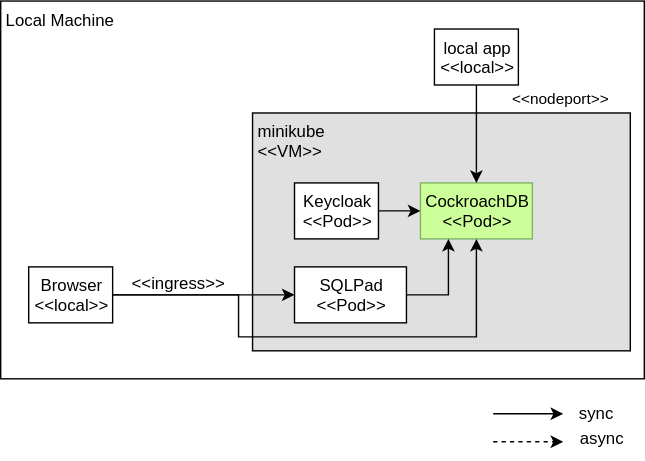
Before: doc/kubernetes/modules/ROOT/images/storage/minikube-runtime-view-cockroach.dio.svg, a diagram exported from draw.io (keycloak/keycloak-benchmark). Source tidied: cells renumbered, new cells last; positions are measured from the earlier drawing's top-left corner, leaving out a move shared by most shapes. Source of this version:
```xml
<mxGraphModel>
  <root>
    <mxCell id="0" />
    <mxCell id="1" parent="0" />
    <mxCell id="2" value="Local Machine" style="rounded=0;whiteSpace=wrap;html=1;align=left;labelPosition=center;verticalLabelPosition=middle;verticalAlign=top;spacingLeft=2;" parent="1" vertex="1">
      <mxGeometry width="460" height="270" as="geometry" />
    </mxCell>
    <mxCell id="3" value="minikube&lt;br&gt;&amp;lt;&amp;lt;VM&amp;gt;&amp;gt;" style="rounded=0;whiteSpace=wrap;html=1;align=left;verticalAlign=top;spacing=2;spacingLeft=2;labelBackgroundColor=none;fillColor=#E0E0E0;" parent="1" vertex="1">
      <mxGeometry x="180" y="80" width="270" height="170" as="geometry" />
    </mxCell>
    <mxCell id="4" value="Keycloak&lt;br&gt;&amp;lt;&amp;lt;Pod&amp;gt;&amp;gt;" style="rounded=0;whiteSpace=wrap;html=1;align=center;verticalAlign=top;spacing=2;spacingLeft=2;" parent="1" vertex="1">
      <mxGeometry x="210" y="130" width="60" height="40" as="geometry" />
    </mxCell>
    <mxCell id="5" value="CockroachDB&lt;br&gt;&amp;lt;&amp;lt;Pod&amp;gt;&amp;gt;" style="rounded=0;whiteSpace=wrap;html=1;align=center;verticalAlign=top;spacing=2;spacingLeft=2;fillColor=#CCFF99;strokeColor=#82b366;" parent="1" vertex="1">
      <mxGeometry x="300" y="130" width="80" height="40" as="geometry" />
    </mxCell>
    <mxCell id="6" style="edgeStyle=orthogonalEdgeStyle;rounded=0;jettySize=auto;html=1;exitX=1;exitY=0.5;exitDx=0;exitDy=0;entryX=0.5;entryY=1;entryDx=0;entryDy=0;" parent="1" edge="1" source="7" target="5">
      <mxGeometry relative="1" as="geometry">
        <Array as="points">
          <mxPoint x="170" y="210" />
          <mxPoint x="170" y="240" />
          <mxPoint x="340" y="240" />
        </Array>
      </mxGeometry>
    </mxCell>
    <mxCell id="7" value="Browser&lt;br&gt;&amp;lt;&amp;lt;local&amp;gt;&amp;gt;" style="rounded=0;whiteSpace=wrap;html=1;align=center;verticalAlign=top;spacing=2;spacingLeft=2;" parent="1" vertex="1">
      <mxGeometry x="20" y="190" width="60" height="40" as="geometry" />
    </mxCell>
    <mxCell id="8" style="group;" parent="1" vertex="1">
      <mxGeometry x="352" y="280" width="108" height="48" as="geometry" />
    </mxCell>
    <mxCell id="9" style="edgeStyle=orthogonalEdgeStyle;rounded=0;orthogonalLoop=1;jettySize=auto;html=1;" parent="8" edge="1">
      <mxGeometry relative="1" as="geometry">
        <mxPoint y="15" as="sourcePoint" />
        <mxPoint x="50" y="15" as="targetPoint" />
      </mxGeometry>
    </mxCell>
    <mxCell id="10" style="edgeStyle=orthogonalEdgeStyle;rounded=0;orthogonalLoop=1;jettySize=auto;html=1;dashed=1;" parent="8" edge="1">
      <mxGeometry relative="1" as="geometry">
        <mxPoint y="35" as="sourcePoint" />
        <mxPoint x="50" y="35" as="targetPoint" />
      </mxGeometry>
    </mxCell>
    <mxCell id="11" value="sync" style="text;html=1;strokeColor=none;fillColor=none;align=center;verticalAlign=middle;whiteSpace=wrap;rounded=0;labelBackgroundColor=none;" parent="8" vertex="1">
      <mxGeometry x="44" width="60" height="30" as="geometry" />
    </mxCell>
    <mxCell id="12" value="async" style="text;html=1;strokeColor=none;fillColor=none;align=center;verticalAlign=middle;whiteSpace=wrap;rounded=0;labelBackgroundColor=none;" parent="8" vertex="1">
      <mxGeometry x="48" y="18" width="60" height="30" as="geometry" />
    </mxCell>
    <mxCell id="13" value="&lt;span style=&quot;color: rgb(0 , 0 , 0) ; font-family: &amp;#34;helvetica&amp;#34; ; font-size: 12px ; font-style: normal ; font-weight: 400 ; letter-spacing: normal ; text-align: center ; text-indent: 0px ; text-transform: none ; word-spacing: 0px ; display: inline ; float: none&quot;&gt;&amp;lt;&amp;lt;ingress&amp;gt;&amp;gt;&lt;/span&gt;" style="text;whiteSpace=wrap;html=1;" parent="1" vertex="1">
      <mxGeometry x="92" y="188" width="60" height="30" as="geometry" />
    </mxCell>
    <mxCell id="14" value="local app&lt;br&gt;&amp;lt;&amp;lt;local&amp;gt;&amp;gt;" style="rounded=0;whiteSpace=wrap;html=1;align=center;verticalAlign=top;spacing=2;spacingLeft=2;" parent="1" vertex="1">
      <mxGeometry x="310" y="20" width="60" height="40" as="geometry" />
    </mxCell>
    <mxCell id="15" value="&amp;lt;&amp;lt;nodeport&amp;gt;&amp;gt;&lt;br&gt;" style="edgeStyle=orthogonalEdgeStyle;rounded=0;jettySize=auto;html=1;entryX=0.5;entryY=0;entryDx=0;entryDy=0;sketch=0;jumpStyle=gap;exitX=0.5;exitY=1;exitDx=0;exitDy=0;" parent="1" edge="1" source="14" target="5">
      <mxGeometry x="-0.71" y="60" relative="1" as="geometry" />
    </mxCell>
    <mxCell id="16" style="edgeStyle=orthogonalEdgeStyle;rounded=0;jettySize=auto;html=1;entryX=0;entryY=0.5;entryDx=0;entryDy=0;" parent="1" edge="1" target="5">
      <mxGeometry relative="1" as="geometry">
        <mxPoint x="270" y="150" as="sourcePoint" />
      </mxGeometry>
    </mxCell>
    <mxCell id="17" style="edgeStyle=orthogonalEdgeStyle;rounded=0;jettySize=auto;html=1;entryX=0.25;entryY=1;entryDx=0;entryDy=0;" parent="1" edge="1" source="18" target="5">
      <mxGeometry relative="1" as="geometry" />
    </mxCell>
    <mxCell id="18" value="SQLPad&lt;br&gt;&amp;lt;&amp;lt;Pod&amp;gt;&amp;gt;" style="rounded=0;whiteSpace=wrap;html=1;align=center;verticalAlign=top;spacing=2;spacingLeft=2;" parent="1" vertex="1">
      <mxGeometry x="210" y="190" width="80" height="40" as="geometry" />
    </mxCell>
    <mxCell id="19" style="edgeStyle=orthogonalEdgeStyle;rounded=0;jettySize=auto;html=1;entryX=0;entryY=0.5;entryDx=0;entryDy=0;" parent="1" edge="1" target="18">
      <mxGeometry relative="1" as="geometry">
        <mxPoint x="80" y="210" as="sourcePoint" />
      </mxGeometry>
    </mxCell>
  </root>
</mxGraphModel>
```
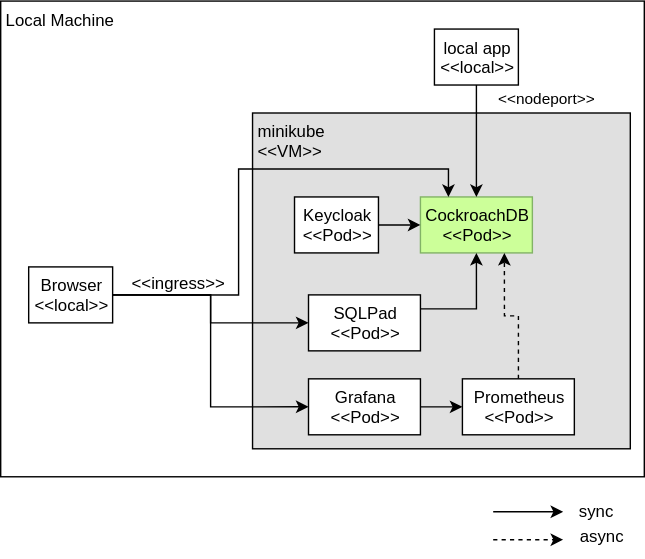
Above is the later version.

Change to the diagram source:
```diff
@@ -3,31 +3,34 @@
     <mxCell id="0" />
     <mxCell id="1" parent="0" />
     <mxCell id="2" value="Local Machine" style="rounded=0;whiteSpace=wrap;html=1;align=left;labelPosition=center;verticalLabelPosition=middle;verticalAlign=top;spacingLeft=2;" parent="1" vertex="1">
-      <mxGeometry width="460" height="270" as="geometry" />
+      <mxGeometry width="460" height="340" as="geometry" />
     </mxCell>
     <mxCell id="3" value="minikube&lt;br&gt;&amp;lt;&amp;lt;VM&amp;gt;&amp;gt;" style="rounded=0;whiteSpace=wrap;html=1;align=left;verticalAlign=top;spacing=2;spacingLeft=2;labelBackgroundColor=none;fillColor=#E0E0E0;" parent="1" vertex="1">
-      <mxGeometry x="180" y="80" width="270" height="170" as="geometry" />
+      <mxGeometry x="180" y="80" width="270" height="240" as="geometry" />
     </mxCell>
     <mxCell id="4" value="Keycloak&lt;br&gt;&amp;lt;&amp;lt;Pod&amp;gt;&amp;gt;" style="rounded=0;whiteSpace=wrap;html=1;align=center;verticalAlign=top;spacing=2;spacingLeft=2;" parent="1" vertex="1">
-      <mxGeometry x="210" y="130" width="60" height="40" as="geometry" />
+      <mxGeometry x="210" y="140" width="60" height="40" as="geometry" />
     </mxCell>
     <mxCell id="5" value="CockroachDB&lt;br&gt;&amp;lt;&amp;lt;Pod&amp;gt;&amp;gt;" style="rounded=0;whiteSpace=wrap;html=1;align=center;verticalAlign=top;spacing=2;spacingLeft=2;fillColor=#CCFF99;strokeColor=#82b366;" parent="1" vertex="1">
-      <mxGeometry x="300" y="130" width="80" height="40" as="geometry" />
+      <mxGeometry x="300" y="140" width="80" height="40" as="geometry" />
     </mxCell>
-    <mxCell id="6" style="edgeStyle=orthogonalEdgeStyle;rounded=0;jettySize=auto;html=1;exitX=1;exitY=0.5;exitDx=0;exitDy=0;entryX=0.5;entryY=1;entryDx=0;entryDy=0;" parent="1" edge="1" source="7" target="5">
+    <mxCell id="6" style="edgeStyle=orthogonalEdgeStyle;rounded=0;jettySize=auto;html=1;exitX=1;exitY=0.5;exitDx=0;exitDy=0;entryX=0.25;entryY=0;entryDx=0;entryDy=0;" parent="1" edge="1" source="7" target="5">
       <mxGeometry relative="1" as="geometry">
         <Array as="points">
           <mxPoint x="170" y="210" />
-          <mxPoint x="170" y="240" />
-          <mxPoint x="340" y="240" />
+          <mxPoint x="170" y="120" />
+          <mxPoint x="320" y="120" />
         </Array>
       </mxGeometry>
     </mxCell>
+    <mxCell id="20" style="edgeStyle=orthogonalEdgeStyle;rounded=0;jettySize=auto;html=1;entryX=0;entryY=0.5;entryDx=0;entryDy=0;" parent="1" edge="1" source="7" target="22">
+      <mxGeometry relative="1" as="geometry" />
+    </mxCell>
     <mxCell id="7" value="Browser&lt;br&gt;&amp;lt;&amp;lt;local&amp;gt;&amp;gt;" style="rounded=0;whiteSpace=wrap;html=1;align=center;verticalAlign=top;spacing=2;spacingLeft=2;" parent="1" vertex="1">
       <mxGeometry x="20" y="190" width="60" height="40" as="geometry" />
     </mxCell>
     <mxCell id="8" style="group;" parent="1" vertex="1">
-      <mxGeometry x="352" y="280" width="108" height="48" as="geometry" />
+      <mxGeometry x="352" y="350" width="108" height="48" as="geometry" />
     </mxCell>
     <mxCell id="9" style="edgeStyle=orthogonalEdgeStyle;rounded=0;orthogonalLoop=1;jettySize=auto;html=1;" parent="8" edge="1">
       <mxGeometry relative="1" as="geometry">
@@ -54,23 +57,37 @@
       <mxGeometry x="310" y="20" width="60" height="40" as="geometry" />
     </mxCell>
     <mxCell id="15" value="&amp;lt;&amp;lt;nodeport&amp;gt;&amp;gt;&lt;br&gt;" style="edgeStyle=orthogonalEdgeStyle;rounded=0;jettySize=auto;html=1;entryX=0.5;entryY=0;entryDx=0;entryDy=0;sketch=0;jumpStyle=gap;exitX=0.5;exitY=1;exitDx=0;exitDy=0;" parent="1" edge="1" source="14" target="5">
-      <mxGeometry x="-0.71" y="60" relative="1" as="geometry" />
+      <mxGeometry x="-0.75" y="50" relative="1" as="geometry" />
     </mxCell>
-    <mxCell id="16" style="edgeStyle=orthogonalEdgeStyle;rounded=0;jettySize=auto;html=1;entryX=0;entryY=0.5;entryDx=0;entryDy=0;" parent="1" edge="1" target="5">
-      <mxGeometry relative="1" as="geometry">
-        <mxPoint x="270" y="150" as="sourcePoint" />
-      </mxGeometry>
+    <mxCell id="16" style="edgeStyle=orthogonalEdgeStyle;rounded=0;jettySize=auto;html=1;entryX=0;entryY=0.5;entryDx=0;entryDy=0;exitX=1;exitY=0.5;exitDx=0;exitDy=0;" parent="1" edge="1" source="4" target="5">
+      <mxGeometry relative="1" as="geometry" />
     </mxCell>
-    <mxCell id="17" style="edgeStyle=orthogonalEdgeStyle;rounded=0;jettySize=auto;html=1;entryX=0.25;entryY=1;entryDx=0;entryDy=0;" parent="1" edge="1" source="18" target="5">
+    <mxCell id="17" style="edgeStyle=orthogonalEdgeStyle;rounded=0;jettySize=auto;html=1;entryX=0;entryY=0.5;entryDx=0;entryDy=0;" parent="1" edge="1" source="18" target="24">
       <mxGeometry relative="1" as="geometry" />
     </mxCell>
-    <mxCell id="18" value="SQLPad&lt;br&gt;&amp;lt;&amp;lt;Pod&amp;gt;&amp;gt;" style="rounded=0;whiteSpace=wrap;html=1;align=center;verticalAlign=top;spacing=2;spacingLeft=2;" parent="1" vertex="1">
-      <mxGeometry x="210" y="190" width="80" height="40" as="geometry" />
+    <mxCell id="18" value="Grafana&lt;br&gt;&amp;lt;&amp;lt;Pod&amp;gt;&amp;gt;" style="rounded=0;whiteSpace=wrap;html=1;align=center;verticalAlign=top;spacing=2;spacingLeft=2;" parent="1" vertex="1">
+      <mxGeometry x="220" y="270" width="80" height="40" as="geometry" />
     </mxCell>
     <mxCell id="19" style="edgeStyle=orthogonalEdgeStyle;rounded=0;jettySize=auto;html=1;entryX=0;entryY=0.5;entryDx=0;entryDy=0;" parent="1" edge="1" target="18">
       <mxGeometry relative="1" as="geometry">
         <mxPoint x="80" y="210" as="sourcePoint" />
+        <Array as="points">
+          <mxPoint x="150" y="210" />
+          <mxPoint x="150" y="290" />
+        </Array>
       </mxGeometry>
     </mxCell>
+    <mxCell id="21" style="edgeStyle=orthogonalEdgeStyle;rounded=0;jettySize=auto;html=1;entryX=0.5;entryY=1;entryDx=0;entryDy=0;exitX=1;exitY=0.25;exitDx=0;exitDy=0;" parent="1" edge="1" source="22" target="5">
+      <mxGeometry relative="1" as="geometry" />
+    </mxCell>
+    <mxCell id="22" value="SQLPad&lt;br&gt;&amp;lt;&amp;lt;Pod&amp;gt;&amp;gt;" style="rounded=0;whiteSpace=wrap;html=1;align=center;verticalAlign=top;spacing=2;spacingLeft=2;" parent="1" vertex="1">
+      <mxGeometry x="220" y="210" width="80" height="40" as="geometry" />
+    </mxCell>
+    <mxCell id="23" style="edgeStyle=orthogonalEdgeStyle;rounded=0;jettySize=auto;html=1;entryX=0.75;entryY=1;entryDx=0;entryDy=0;dashed=1;" parent="1" edge="1" source="24" target="5">
+      <mxGeometry relative="1" as="geometry" />
+    </mxCell>
+    <mxCell id="24" value="Prometheus&lt;br&gt;&amp;lt;&amp;lt;Pod&amp;gt;&amp;gt;" style="rounded=0;whiteSpace=wrap;html=1;align=center;verticalAlign=top;spacing=2;spacingLeft=2;" parent="1" vertex="1">
+      <mxGeometry x="330" y="270" width="80" height="40" as="geometry" />
+    </mxCell>
   </root>
 </mxGraphModel>
```
